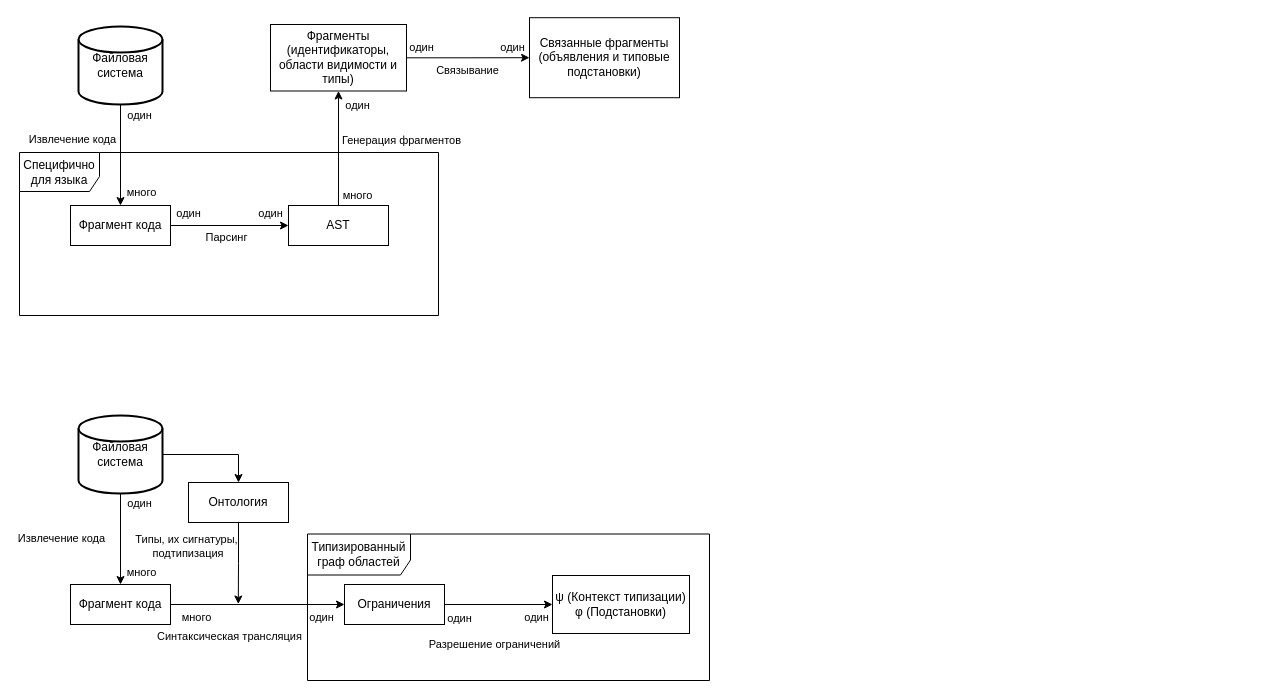
Above: reports/sem3/Фрагменты.drawio.xml in UberDever/crosslingual-analysis (draw.io), before the change. Source tidied: cells renumbered, new cells numbered last; positions are measured from the earlier drawing's top-left corner, leaving out a move shared by most shapes. Both pictures are drawn from the tidied source at 100%, with x=0, y=0 at pixel (19, 17).
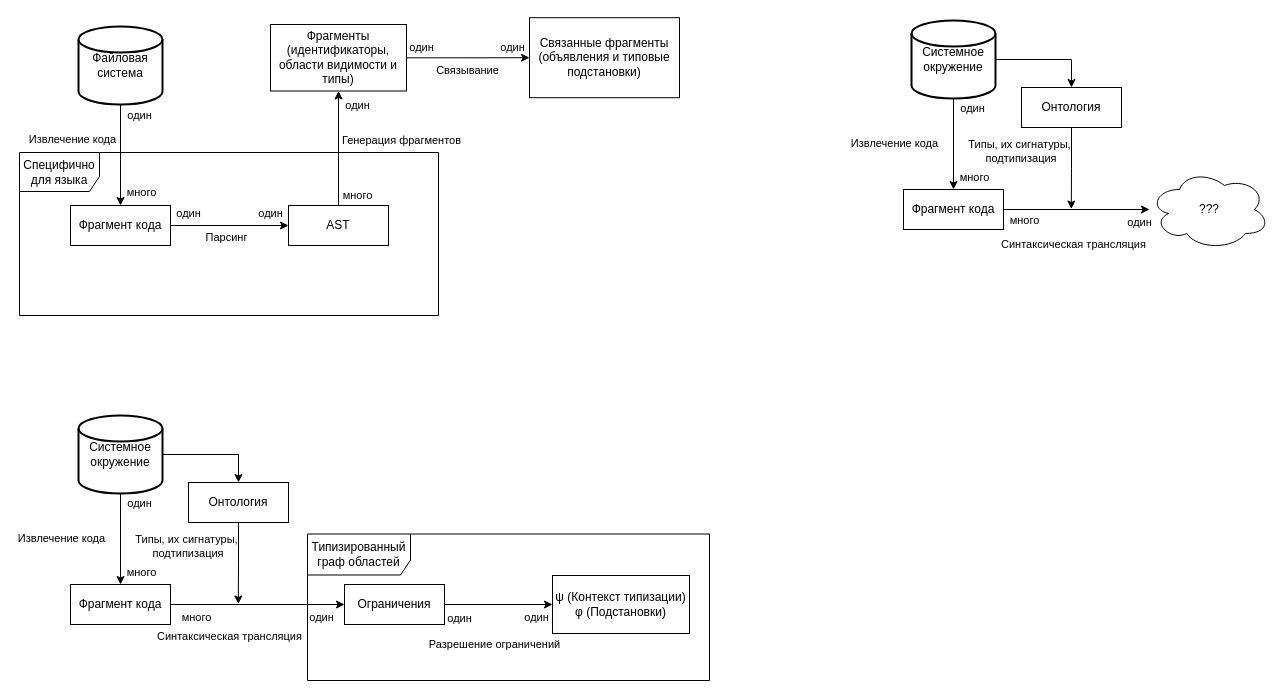
The same diagram, later.

The edit, as a diff of the source:
```diff
@@
-    <mxCell id="25" value="Файловая система" style="strokeWidth=2;html=1;shape=mxgraph.flowchart.database;whiteSpace=wrap;" parent="1" vertex="1">
+    <mxCell id="25" value="Системное окружение" style="strokeWidth=2;html=1;shape=mxgraph.flowchart.database;whiteSpace=wrap;" parent="1" vertex="1">
       <mxGeometry x="59" y="398" width="84" height="78" as="geometry" />
     </mxCell>
@@
+    <mxCell id="45" value="???" style="ellipse;shape=cloud;whiteSpace=wrap;html=1;" parent="1" vertex="1">
+      <mxGeometry x="1130" y="152" width="120" height="80" as="geometry" />
+    </mxCell>
+    <mxCell id="46" style="edgeStyle=orthogonalEdgeStyle;rounded=0;jettySize=auto;html=1;entryX=0.5;entryY=0;entryDx=0;entryDy=0;" parent="1" edge="1" source="47" target="59">
+      <mxGeometry relative="1" as="geometry" />
+    </mxCell>
+    <mxCell id="47" value="Системное окружение" style="strokeWidth=2;html=1;shape=mxgraph.flowchart.database;whiteSpace=wrap;" parent="1" vertex="1">
+      <mxGeometry x="892" y="3" width="84" height="78" as="geometry" />
+    </mxCell>
+    <mxCell id="48" value="Фрагмент кода" style="whiteSpace=wrap;html=1;align=center;" parent="1" vertex="1">
+      <mxGeometry x="884" y="172" width="100" height="40" as="geometry" />
+    </mxCell>
+    <mxCell id="49" style="edgeStyle=orthogonalEdgeStyle;rounded=0;jettySize=auto;html=1;exitX=0.5;exitY=1;exitDx=0;exitDy=0;exitPerimeter=0;entryX=0.5;entryY=0;entryDx=0;entryDy=0;" parent="1" edge="1" source="47" target="48">
+      <mxGeometry relative="1" as="geometry" />
+    </mxCell>
+    <mxCell id="50" value="&lt;div&gt;много&lt;/div&gt;" style="edgeLabel;html=1;align=center;verticalAlign=middle;" parent="49" vertex="1">
+      <mxGeometry x="0.68" y="2" relative="1" as="geometry">
+        <mxPoint x="18" y="2" as="offset" />
+      </mxGeometry>
+    </mxCell>
+    <mxCell id="51" value="один" style="edgeLabel;html=1;align=center;verticalAlign=middle;" parent="49" vertex="1">
+      <mxGeometry x="-0.88" y="-1" relative="1" as="geometry">
+        <mxPoint x="19" y="4" as="offset" />
+      </mxGeometry>
+    </mxCell>
+    <mxCell id="52" value="Извлечение кода" style="edgeLabel;html=1;align=center;verticalAlign=middle;" parent="49" vertex="1">
+      <mxGeometry x="-0.18" y="1" relative="1" as="geometry">
+        <mxPoint x="-61" y="7" as="offset" />
+      </mxGeometry>
+    </mxCell>
+    <mxCell id="53" style="edgeStyle=orthogonalEdgeStyle;rounded=0;jettySize=auto;html=1;exitX=1;exitY=0.5;exitDx=0;exitDy=0;" parent="1" edge="1" source="48" target="45">
+      <mxGeometry relative="1" as="geometry" />
+    </mxCell>
+    <mxCell id="54" value="&lt;div&gt;много&lt;/div&gt;" style="edgeLabel;html=1;align=center;verticalAlign=middle;" parent="53" vertex="1">
+      <mxGeometry x="0.68" y="2" relative="1" as="geometry">
+        <mxPoint x="-103" y="12" as="offset" />
+      </mxGeometry>
+    </mxCell>
+    <mxCell id="55" value="один" style="edgeLabel;html=1;align=center;verticalAlign=middle;" parent="53" vertex="1">
+      <mxGeometry x="-0.88" y="-1" relative="1" as="geometry">
+        <mxPoint x="126" y="11" as="offset" />
+      </mxGeometry>
+    </mxCell>
+    <mxCell id="56" value="&lt;div&gt;Синтаксическая трансляция&lt;/div&gt;" style="edgeLabel;html=1;align=center;verticalAlign=middle;" parent="53" vertex="1">
+      <mxGeometry x="-0.18" y="1" relative="1" as="geometry">
+        <mxPoint x="9" y="35" as="offset" />
+      </mxGeometry>
+    </mxCell>
+    <mxCell id="57" style="edgeStyle=orthogonalEdgeStyle;rounded=0;jettySize=auto;html=1;exitX=0.5;exitY=1;exitDx=0;exitDy=0;" parent="1" edge="1" source="59">
+      <mxGeometry relative="1" as="geometry">
+        <mxPoint x="1051.8" y="191.5" as="targetPoint" />
+      </mxGeometry>
+    </mxCell>
+    <mxCell id="58" value="&lt;div&gt;Типы, их сигнатуры,&lt;/div&gt;&lt;div&gt;&amp;nbsp;подтипизация&lt;/div&gt;" style="edgeLabel;html=1;align=center;verticalAlign=middle;" parent="57" vertex="1">
+      <mxGeometry x="-0.39" y="-1" relative="1" as="geometry">
+        <mxPoint x="-52" y="-2" as="offset" />
+      </mxGeometry>
+    </mxCell>
+    <mxCell id="59" value="Онтология" style="whiteSpace=wrap;html=1;align=center;" parent="1" vertex="1">
+      <mxGeometry x="1002" y="70" width="100" height="40" as="geometry" />
+    </mxCell>
```
